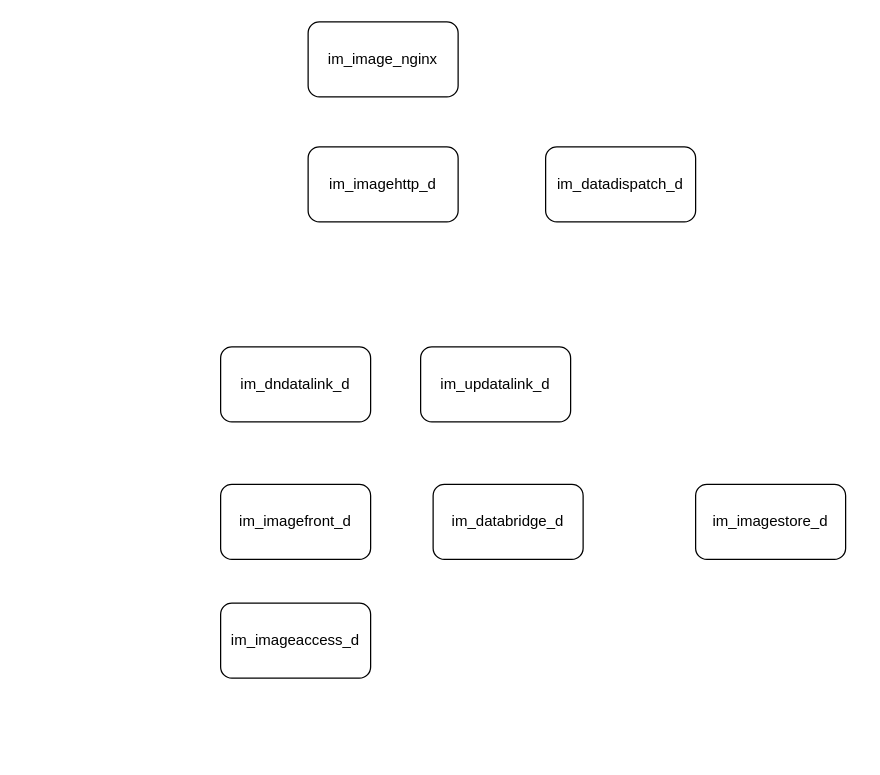
zouzc/datagrams keeps this draw.io diagram as 截图.drawio. Above is the earlier version. Source tidied: cells renumbered, new cells numbered last; positions are measured from the earlier drawing's top-left corner, leaving out a move shared by most shapes. Both pictures are drawn from the tidied source at 125%, with x=0, y=0 at pixel (220, 21).
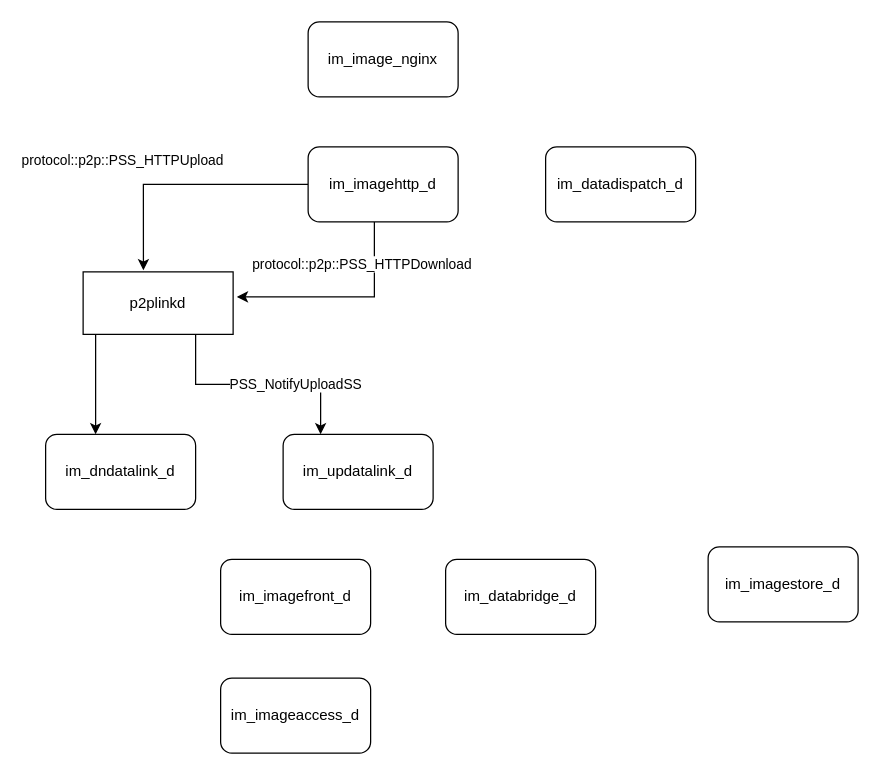
The same page after the edit.

Unchanged cells that the change refers to:
```xml
<mxCell id="3" value="im_imagehttp_d" style="rounded=1;whiteSpace=wrap;html=1;" parent="1" vertex="1">
  <mxGeometry x="70" y="100" width="120" height="60" as="geometry" />
</mxCell>
```

The edit, as a diff of the source:
```diff
@@
+    <mxCell id="11" style="edgeStyle=orthogonalEdgeStyle;rounded=0;jettySize=auto;html=1;entryX=0.402;entryY=-0.025;entryDx=0;entryDy=0;entryPerimeter=0;" parent="1" edge="1" source="3" target="16">
+      <mxGeometry relative="1" as="geometry" />
+    </mxCell>
+    <mxCell id="12" value="protocol::p2p::PSS_HTTPUpload&amp;nbsp;" style="edgeLabel;html=1;align=center;verticalAlign=middle;" parent="11" vertex="1">
+      <mxGeometry x="0.12" y="-1" relative="1" as="geometry">
+        <mxPoint x="-36" y="-19" as="offset" />
+      </mxGeometry>
+    </mxCell>
+    <mxCell id="13" value="protocol::p2p::PSS_HTTPDownload" style="edgeStyle=orthogonalEdgeStyle;rounded=0;orthogonalLoop=1;jettySize=auto;html=1;" parent="1" edge="1">
+      <mxGeometry x="-0.6" y="-10" relative="1" as="geometry">
+        <mxPoint x="123" y="160" as="sourcePoint" />
+        <mxPoint x="13" y="220" as="targetPoint" />
+        <Array as="points">
+          <mxPoint x="123" y="220" />
+        </Array>
+      </mxGeometry>
+    </mxCell>
@@
     <mxCell id="5" value="im_dndatalink_d" style="rounded=1;whiteSpace=wrap;html=1;" parent="1" vertex="1">
-      <mxGeometry y="260" width="120" height="60" as="geometry" />
+      <mxGeometry x="-140" y="330" width="120" height="60" as="geometry" />
     </mxCell>
     <mxCell id="6" value="im_updatalink_d" style="rounded=1;whiteSpace=wrap;html=1;" parent="1" vertex="1">
-      <mxGeometry x="160" y="260" width="120" height="60" as="geometry" />
+      <mxGeometry x="50" y="330" width="120" height="60" as="geometry" />
     </mxCell>
     <mxCell id="7" value="im_imagefront_d" style="rounded=1;whiteSpace=wrap;html=1;" parent="1" vertex="1">
-      <mxGeometry y="370" width="120" height="60" as="geometry" />
+      <mxGeometry y="430" width="120" height="60" as="geometry" />
     </mxCell>
     <mxCell id="8" value="im_imageaccess_d" style="rounded=1;whiteSpace=wrap;html=1;" parent="1" vertex="1">
-      <mxGeometry y="465" width="120" height="60" as="geometry" />
+      <mxGeometry y="525" width="120" height="60" as="geometry" />
     </mxCell>
     <mxCell id="9" value="im_databridge_d" style="rounded=1;whiteSpace=wrap;html=1;" parent="1" vertex="1">
-      <mxGeometry x="170" y="370" width="120" height="60" as="geometry" />
+      <mxGeometry x="180" y="430" width="120" height="60" as="geometry" />
     </mxCell>
     <mxCell id="10" value="im_imagestore_d" style="rounded=1;whiteSpace=wrap;html=1;" parent="1" vertex="1">
-      <mxGeometry x="380" y="370" width="120" height="60" as="geometry" />
+      <mxGeometry x="390" y="420" width="120" height="60" as="geometry" />
     </mxCell>
+    <mxCell id="14" style="edgeStyle=orthogonalEdgeStyle;rounded=0;jettySize=auto;html=1;" parent="1" edge="1" source="16">
+      <mxGeometry relative="1" as="geometry">
+        <mxPoint x="-100" y="330" as="targetPoint" />
+        <Array as="points">
+          <mxPoint x="-100" y="330" />
+        </Array>
+      </mxGeometry>
+    </mxCell>
+    <mxCell id="15" value="PSS_NotifyUploadSS" style="edgeStyle=orthogonalEdgeStyle;rounded=0;jettySize=auto;html=1;exitX=0.75;exitY=1;exitDx=0;exitDy=0;entryX=0.25;entryY=0;entryDx=0;entryDy=0;" parent="1" edge="1" source="16" target="6">
+      <mxGeometry x="0.33" relative="1" as="geometry" />
+    </mxCell>
+    <mxCell id="16" value="&lt;span style=&quot;font-size: 12px;&quot;&gt;p2plinkd&lt;/span&gt;" style="rounded=0;whiteSpace=wrap;html=1;" parent="1" vertex="1">
+      <mxGeometry x="-110" y="200" width="120" height="50" as="geometry" />
+    </mxCell>
```
